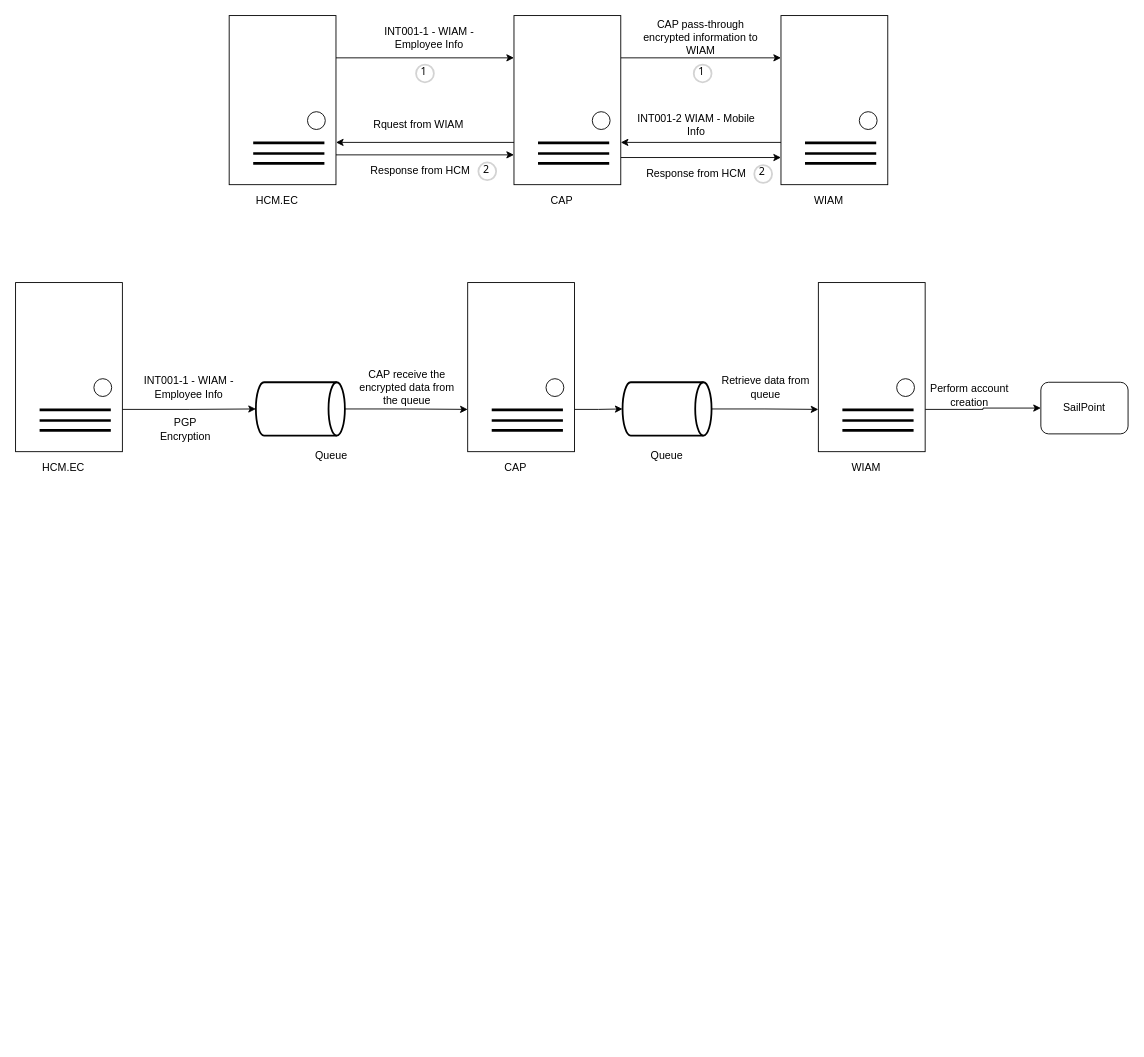
This is page "INT001-1" (2 of 10) of Untitled Diagram.drawio from wsxad234/flowchart, a draw.io file, before an edit. Source tidied: cells renumbered, new cells numbered last; positions are measured from the earlier drawing's top-left corner, leaving out a move shared by most shapes. Both pictures are drawn from the tidied source at 89%, with x=0, y=0 at pixel (15, 15).
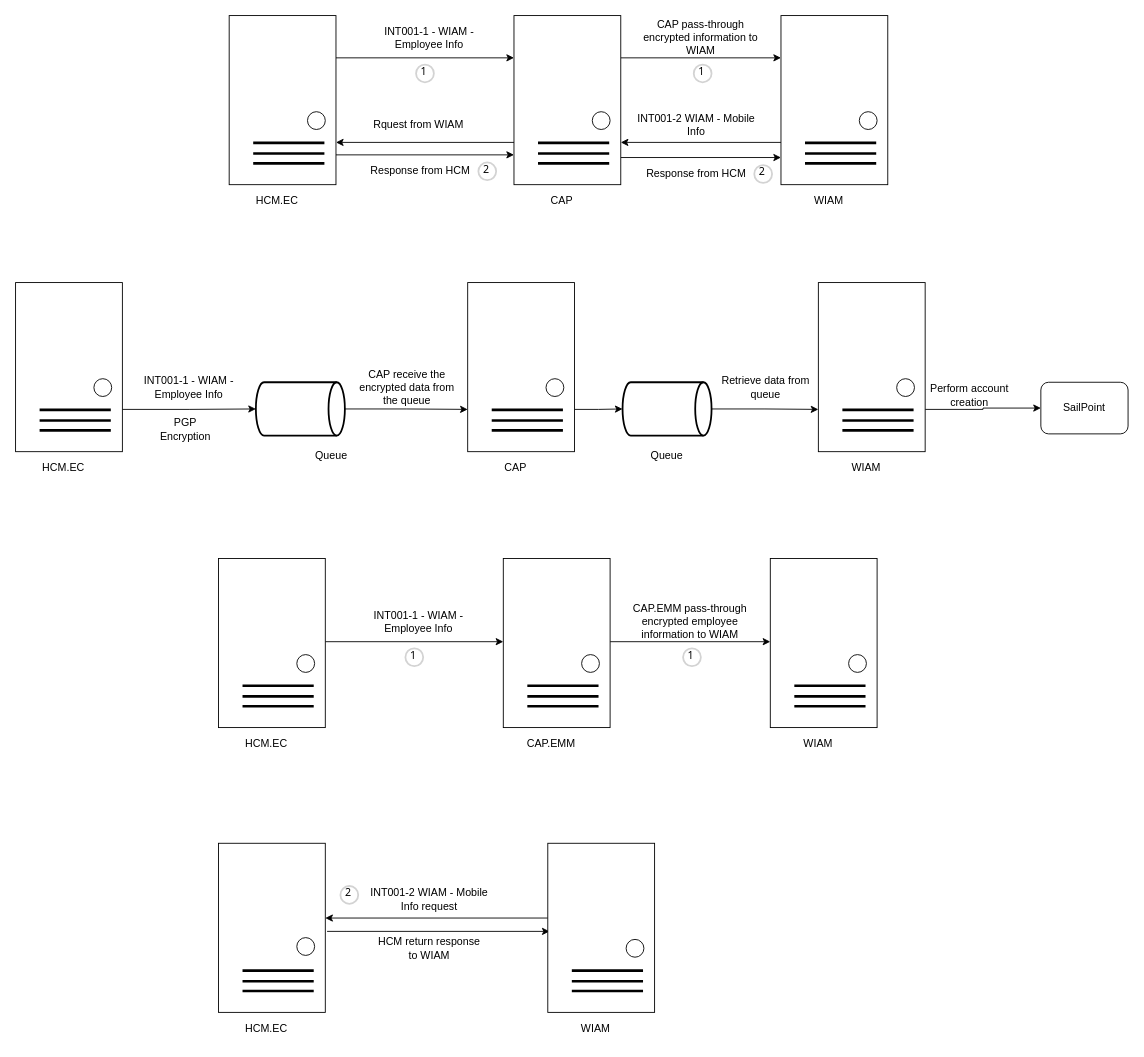
The same page after the edit.

What changed in the source:
```diff
@@
+    <mxCell id="69" style="edgeStyle=orthogonalEdgeStyle;rounded=0;orthogonalLoop=1;jettySize=auto;html=1;exitX=1;exitY=0.25;exitDx=0;exitDy=0;entryX=0;entryY=0.25;entryDx=0;entryDy=0;" parent="1" edge="1">
+      <mxGeometry relative="1" as="geometry">
+        <mxPoint x="348" y="703.5" as="sourcePoint" />
+        <mxPoint x="548" y="703.5" as="targetPoint" />
+      </mxGeometry>
+    </mxCell>
+    <mxCell id="70" style="rounded=0;whiteSpace=wrap;html=1;" parent="1" vertex="1">
+      <mxGeometry x="228" y="610" width="120" height="190" as="geometry" />
+    </mxCell>
+    <mxCell id="71" style="ellipse;whiteSpace=wrap;html=1;direction=south;" parent="1" vertex="1">
+      <mxGeometry x="316" y="718" width="20" height="20" as="geometry" />
+    </mxCell>
+    <mxCell id="72" value="HCM.EC" style="text;html=1;strokeColor=none;fillColor=none;align=center;verticalAlign=middle;whiteSpace=wrap;rounded=0;" parent="1" vertex="1">
+      <mxGeometry x="252" y="803" width="60" height="30" as="geometry" />
+    </mxCell>
+    <mxCell id="73" style="endArrow=none;html=1;rounded=0;align=center;strokeWidth=3;" parent="1" edge="1">
+      <mxGeometry relative="1" as="geometry">
+        <mxPoint x="255" y="753" as="sourcePoint" />
+        <mxPoint x="335" y="753" as="targetPoint" />
+      </mxGeometry>
+    </mxCell>
+    <mxCell id="74" style="endArrow=none;html=1;rounded=0;align=center;strokeWidth=3;" parent="1" edge="1">
+      <mxGeometry relative="1" as="geometry">
+        <mxPoint x="255" y="765" as="sourcePoint" />
+        <mxPoint x="335" y="765" as="targetPoint" />
+      </mxGeometry>
+    </mxCell>
+    <mxCell id="75" style="endArrow=none;html=1;rounded=0;align=center;strokeWidth=3;" parent="1" edge="1">
+      <mxGeometry relative="1" as="geometry">
+        <mxPoint x="255" y="776" as="sourcePoint" />
+        <mxPoint x="335" y="776" as="targetPoint" />
+      </mxGeometry>
+    </mxCell>
+    <mxCell id="76" style="edgeStyle=orthogonalEdgeStyle;rounded=0;orthogonalLoop=1;jettySize=auto;html=1;exitX=1;exitY=0.25;exitDx=0;exitDy=0;entryX=0;entryY=0.25;entryDx=0;entryDy=0;" parent="1" edge="1">
+      <mxGeometry relative="1" as="geometry">
+        <mxPoint x="668" y="703.5" as="sourcePoint" />
+        <mxPoint x="848" y="703.5" as="targetPoint" />
+      </mxGeometry>
+    </mxCell>
+    <mxCell id="77" style="rounded=0;whiteSpace=wrap;html=1;" parent="1" vertex="1">
+      <mxGeometry x="548" y="610" width="120" height="190" as="geometry" />
+    </mxCell>
+    <mxCell id="78" style="ellipse;whiteSpace=wrap;html=1;direction=south;" parent="1" vertex="1">
+      <mxGeometry x="636" y="718" width="20" height="20" as="geometry" />
+    </mxCell>
+    <mxCell id="79" value="CAP.EMM" style="text;html=1;strokeColor=none;fillColor=none;align=center;verticalAlign=middle;whiteSpace=wrap;rounded=0;" parent="1" vertex="1">
+      <mxGeometry x="572" y="803" width="60" height="30" as="geometry" />
+    </mxCell>
+    <mxCell id="80" style="endArrow=none;html=1;rounded=0;align=center;strokeWidth=3;" parent="1" edge="1">
+      <mxGeometry relative="1" as="geometry">
+        <mxPoint x="575" y="753" as="sourcePoint" />
+        <mxPoint x="655" y="753" as="targetPoint" />
+      </mxGeometry>
+    </mxCell>
+    <mxCell id="81" style="endArrow=none;html=1;rounded=0;align=center;strokeWidth=3;" parent="1" edge="1">
+      <mxGeometry relative="1" as="geometry">
+        <mxPoint x="575" y="765" as="sourcePoint" />
+        <mxPoint x="655" y="765" as="targetPoint" />
+      </mxGeometry>
+    </mxCell>
+    <mxCell id="82" style="endArrow=none;html=1;rounded=0;align=center;strokeWidth=3;" parent="1" edge="1">
+      <mxGeometry relative="1" as="geometry">
+        <mxPoint x="575" y="776" as="sourcePoint" />
+        <mxPoint x="655" y="776" as="targetPoint" />
+      </mxGeometry>
+    </mxCell>
+    <mxCell id="83" style="rounded=0;whiteSpace=wrap;html=1;" parent="1" vertex="1">
+      <mxGeometry x="848" y="610" width="120" height="190" as="geometry" />
+    </mxCell>
+    <mxCell id="84" style="ellipse;whiteSpace=wrap;html=1;direction=south;" parent="1" vertex="1">
+      <mxGeometry x="936" y="718" width="20" height="20" as="geometry" />
+    </mxCell>
+    <mxCell id="85" value="WIAM" style="text;html=1;strokeColor=none;fillColor=none;align=center;verticalAlign=middle;whiteSpace=wrap;rounded=0;" parent="1" vertex="1">
+      <mxGeometry x="872" y="803" width="60" height="30" as="geometry" />
+    </mxCell>
+    <mxCell id="86" style="endArrow=none;html=1;rounded=0;align=center;strokeWidth=3;" parent="1" edge="1">
+      <mxGeometry relative="1" as="geometry">
+        <mxPoint x="875" y="753" as="sourcePoint" />
+        <mxPoint x="955" y="753" as="targetPoint" />
+      </mxGeometry>
+    </mxCell>
+    <mxCell id="87" style="endArrow=none;html=1;rounded=0;align=center;strokeWidth=3;" parent="1" edge="1">
+      <mxGeometry relative="1" as="geometry">
+        <mxPoint x="875" y="765" as="sourcePoint" />
+        <mxPoint x="955" y="765" as="targetPoint" />
+      </mxGeometry>
+    </mxCell>
+    <mxCell id="88" style="endArrow=none;html=1;rounded=0;align=center;strokeWidth=3;" parent="1" edge="1">
+      <mxGeometry relative="1" as="geometry">
+        <mxPoint x="875" y="776" as="sourcePoint" />
+        <mxPoint x="955" y="776" as="targetPoint" />
+      </mxGeometry>
+    </mxCell>
+    <mxCell id="89" value="INT001-1 - WIAM - Employee Info" style="text;html=1;strokeColor=none;fillColor=none;align=center;verticalAlign=middle;whiteSpace=wrap;rounded=0;" parent="1" vertex="1">
+      <mxGeometry x="378" y="666" width="150" height="30" as="geometry" />
+    </mxCell>
+    <mxCell id="90" value="CAP.EMM pass-through encrypted employee information to WIAM" style="text;html=1;strokeColor=none;fillColor=none;align=center;verticalAlign=middle;whiteSpace=wrap;rounded=0;" parent="1" vertex="1">
+      <mxGeometry x="688" y="666" width="140" height="30" as="geometry" />
+    </mxCell>
+    <mxCell id="91" value="1" style="ellipse;whiteSpace=wrap;html=1;strokeWidth=2;fontFamily=Tahoma;spacingBottom=4;spacingRight=2;strokeColor=#d3d3d3;" parent="1" vertex="1">
+      <mxGeometry x="438" y="711" width="20" height="20" as="geometry" />
+    </mxCell>
+    <mxCell id="92" value="1" style="ellipse;whiteSpace=wrap;html=1;strokeWidth=2;fontFamily=Tahoma;spacingBottom=4;spacingRight=2;strokeColor=#d3d3d3;" parent="1" vertex="1">
+      <mxGeometry x="750" y="711" width="20" height="20" as="geometry" />
+    </mxCell>
+    <mxCell id="93" style="edgeStyle=orthogonalEdgeStyle;rounded=0;orthogonalLoop=1;jettySize=auto;html=1;entryX=0.017;entryY=0.579;entryDx=0;entryDy=0;entryPerimeter=0;" parent="1" edge="1">
+      <mxGeometry relative="1" as="geometry">
+        <mxPoint x="350" y="1029" as="sourcePoint" />
+        <mxPoint x="600" y="1029" as="targetPoint" />
+      </mxGeometry>
+    </mxCell>
+    <mxCell id="94" style="rounded=0;whiteSpace=wrap;html=1;" parent="1" vertex="1">
+      <mxGeometry x="228" y="930" width="120" height="190" as="geometry" />
+    </mxCell>
+    <mxCell id="95" style="ellipse;whiteSpace=wrap;html=1;direction=south;" parent="1" vertex="1">
+      <mxGeometry x="316" y="1036" width="20" height="20" as="geometry" />
+    </mxCell>
+    <mxCell id="96" value="HCM.EC" style="text;html=1;strokeColor=none;fillColor=none;align=center;verticalAlign=middle;whiteSpace=wrap;rounded=0;" parent="1" vertex="1">
+      <mxGeometry x="252" y="1123" width="60" height="30" as="geometry" />
+    </mxCell>
+    <mxCell id="97" style="endArrow=none;html=1;rounded=0;align=center;strokeWidth=3;" parent="1" edge="1">
+      <mxGeometry relative="1" as="geometry">
+        <mxPoint x="255" y="1073" as="sourcePoint" />
+        <mxPoint x="335" y="1073" as="targetPoint" />
+      </mxGeometry>
+    </mxCell>
+    <mxCell id="98" style="endArrow=none;html=1;rounded=0;align=center;strokeWidth=3;" parent="1" edge="1">
+      <mxGeometry relative="1" as="geometry">
+        <mxPoint x="255" y="1085" as="sourcePoint" />
+        <mxPoint x="335" y="1085" as="targetPoint" />
+      </mxGeometry>
+    </mxCell>
+    <mxCell id="99" style="endArrow=none;html=1;rounded=0;align=center;strokeWidth=3;" parent="1" edge="1">
+      <mxGeometry relative="1" as="geometry">
+        <mxPoint x="255" y="1096" as="sourcePoint" />
+        <mxPoint x="335" y="1096" as="targetPoint" />
+      </mxGeometry>
+    </mxCell>
+    <mxCell id="100" style="edgeStyle=orthogonalEdgeStyle;rounded=0;orthogonalLoop=1;jettySize=auto;html=1;entryX=1;entryY=0.5;entryDx=0;entryDy=0;" parent="1" edge="1">
+      <mxGeometry relative="1" as="geometry">
+        <mxPoint x="598" y="1014" as="sourcePoint" />
+        <mxPoint x="348" y="1014" as="targetPoint" />
+      </mxGeometry>
+    </mxCell>
+    <mxCell id="101" style="rounded=0;whiteSpace=wrap;html=1;" parent="1" vertex="1">
+      <mxGeometry x="598" y="930" width="120" height="190" as="geometry" />
+    </mxCell>
+    <mxCell id="102" style="ellipse;whiteSpace=wrap;html=1;direction=south;" parent="1" vertex="1">
+      <mxGeometry x="686" y="1038" width="20" height="20" as="geometry" />
+    </mxCell>
+    <mxCell id="103" value="WIAM" style="text;html=1;strokeColor=none;fillColor=none;align=center;verticalAlign=middle;whiteSpace=wrap;rounded=0;" parent="1" vertex="1">
+      <mxGeometry x="622" y="1123" width="60" height="30" as="geometry" />
+    </mxCell>
+    <mxCell id="104" style="endArrow=none;html=1;rounded=0;align=center;strokeWidth=3;" parent="1" edge="1">
+      <mxGeometry relative="1" as="geometry">
+        <mxPoint x="625" y="1073" as="sourcePoint" />
+        <mxPoint x="705" y="1073" as="targetPoint" />
+      </mxGeometry>
+    </mxCell>
+    <mxCell id="105" style="endArrow=none;html=1;rounded=0;align=center;strokeWidth=3;" parent="1" edge="1">
+      <mxGeometry relative="1" as="geometry">
+        <mxPoint x="625" y="1085" as="sourcePoint" />
+        <mxPoint x="705" y="1085" as="targetPoint" />
+      </mxGeometry>
+    </mxCell>
+    <mxCell id="106" style="endArrow=none;html=1;rounded=0;align=center;strokeWidth=3;" parent="1" edge="1">
+      <mxGeometry relative="1" as="geometry">
+        <mxPoint x="625" y="1096" as="sourcePoint" />
+        <mxPoint x="705" y="1096" as="targetPoint" />
+      </mxGeometry>
+    </mxCell>
+    <mxCell id="107" value="INT001-2 WIAM - Mobile Info request" style="text;html=1;strokeColor=none;fillColor=none;align=center;verticalAlign=middle;whiteSpace=wrap;rounded=0;" parent="1" vertex="1">
+      <mxGeometry x="390" y="978" width="150" height="30" as="geometry" />
+    </mxCell>
+    <mxCell id="108" value="HCM return response to WIAM" style="text;html=1;strokeColor=none;fillColor=none;align=center;verticalAlign=middle;whiteSpace=wrap;rounded=0;" parent="1" vertex="1">
+      <mxGeometry x="400" y="1033" width="130" height="30" as="geometry" />
+    </mxCell>
+    <mxCell id="109" value="2" style="ellipse;whiteSpace=wrap;html=1;strokeWidth=2;fontFamily=Tahoma;spacingBottom=4;spacingRight=2;strokeColor=#d3d3d3;" parent="1" vertex="1">
+      <mxGeometry x="365" y="978" width="20" height="20" as="geometry" />
+    </mxCell>
```
